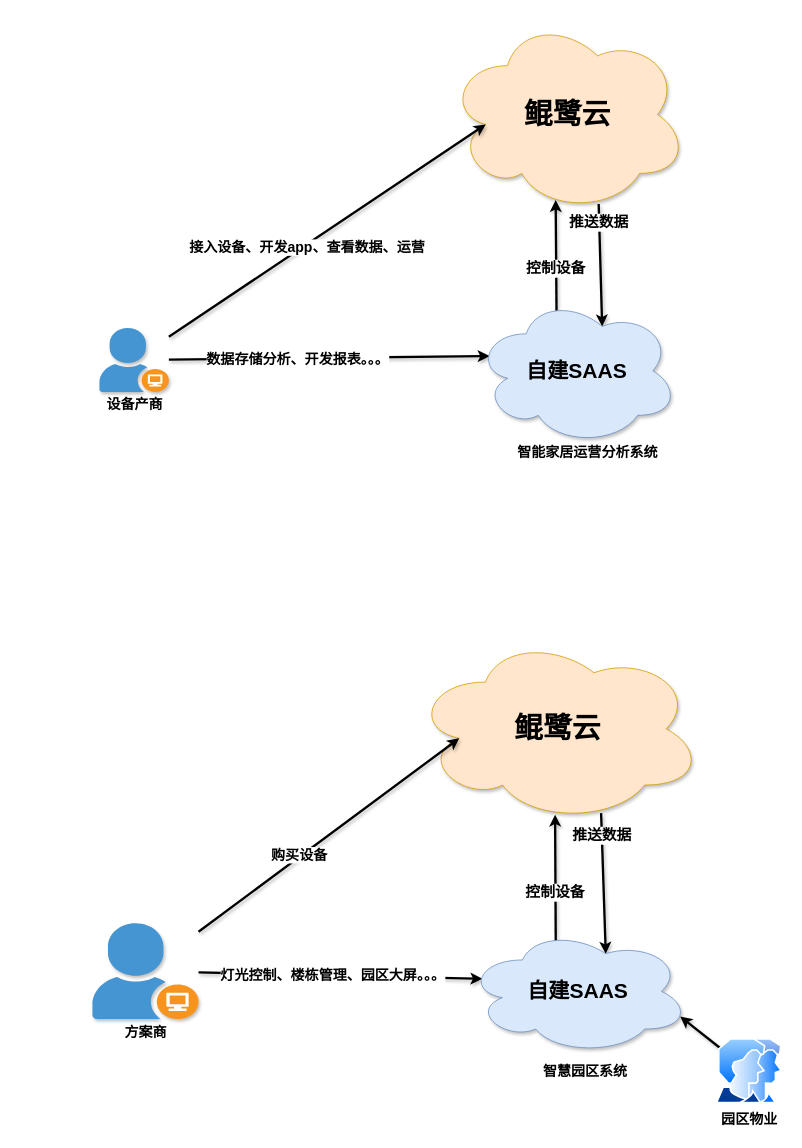
Above: cloud_change.drawio in jimmy0/chart (draw.io), before the change. Source tidied: cells renumbered, new cells numbered last; positions are measured from the earlier drawing's top-left corner, leaving out a move shared by most shapes. Both pictures are drawn from the tidied source at 78%, with x=0, y=0 at pixel (92, 16).
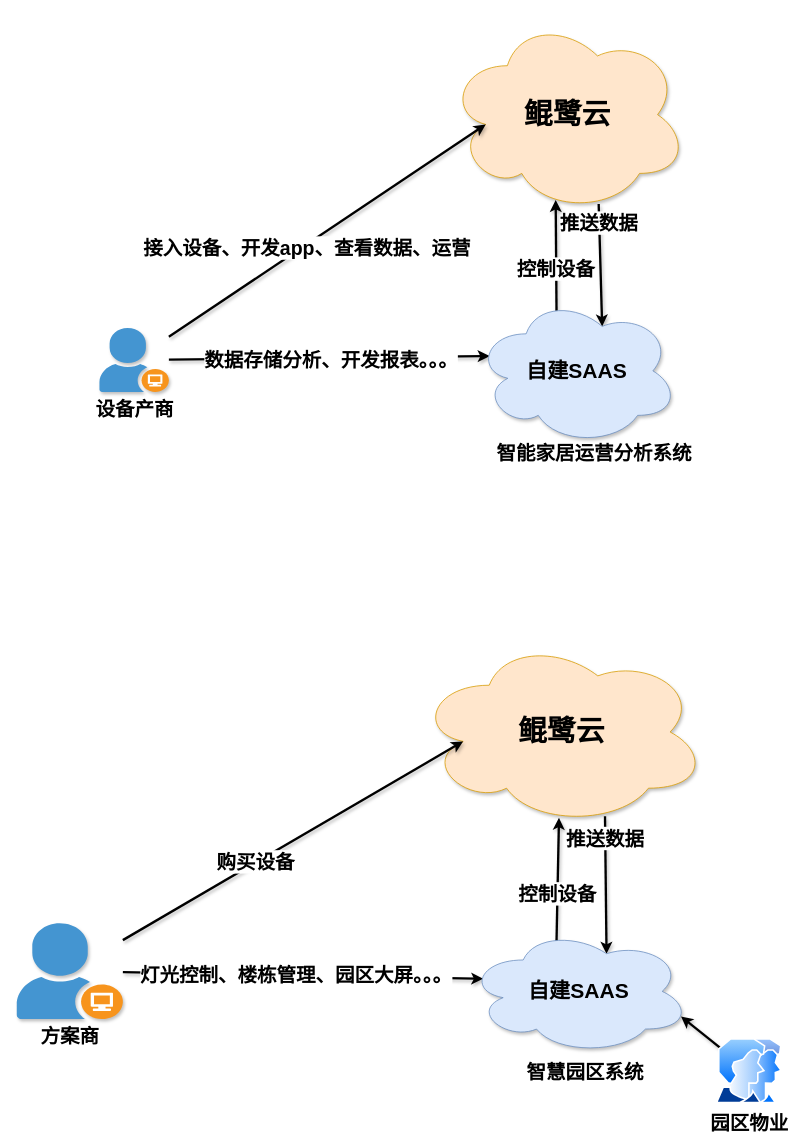
The same diagram, later.

The change refers to these unchanged cells:
```xml
<mxCell id="2" style="edgeStyle=none;rounded=0;sketch=0;jettySize=auto;html=1;entryX=0.625;entryY=0.2;entryDx=0;entryDy=0;entryPerimeter=0;shadow=1;fontSize=19;strokeWidth=3;exitX=0.63;exitY=0.956;exitDx=0;exitDy=0;exitPerimeter=0;" parent="1" edge="1" source="4" target="12">
  <mxGeometry relative="1" as="geometry" />
</mxCell>
<mxCell id="5" style="rounded=0;jettySize=auto;html=1;fontSize=17;strokeWidth=3;shadow=1;sketch=0;entryX=0.16;entryY=0.55;entryDx=0;entryDy=0;entryPerimeter=0;" parent="1" edge="1" source="9" target="4">
  <mxGeometry relative="1" as="geometry" />
</mxCell>
<mxCell id="7" style="edgeStyle=none;rounded=0;jettySize=auto;html=1;entryX=0.07;entryY=0.4;entryDx=0;entryDy=0;fontSize=17;entryPerimeter=0;strokeWidth=3;shadow=1;" parent="1" edge="1" source="9" target="12">
  <mxGeometry relative="1" as="geometry" />
</mxCell>
<mxCell id="10" style="edgeStyle=none;rounded=0;sketch=0;jettySize=auto;html=1;entryX=0.451;entryY=0.936;entryDx=0;entryDy=0;entryPerimeter=0;shadow=1;fontSize=19;strokeWidth=3;exitX=0.4;exitY=0.1;exitDx=0;exitDy=0;exitPerimeter=0;" parent="1" edge="1" source="12" target="4">
  <mxGeometry relative="1" as="geometry" />
</mxCell>
<mxCell id="13" style="edgeStyle=none;rounded=0;sketch=0;jettySize=auto;html=1;entryX=0.625;entryY=0.2;entryDx=0;entryDy=0;entryPerimeter=0;shadow=1;fontSize=19;strokeWidth=3;exitX=0.65;exitY=0.95;exitDx=0;exitDy=0;exitPerimeter=0;" parent="1" edge="1" source="15" target="23">
  <mxGeometry relative="1" as="geometry" />
</mxCell>
<mxCell id="16" style="rounded=0;jettySize=auto;html=1;fontSize=17;strokeWidth=3;shadow=1;sketch=0;entryX=0.16;entryY=0.55;entryDx=0;entryDy=0;entryPerimeter=0;" parent="1" edge="1" source="20" target="15">
  <mxGeometry relative="1" as="geometry" />
</mxCell>
<mxCell id="18" style="edgeStyle=none;rounded=0;jettySize=auto;html=1;entryX=0.07;entryY=0.4;entryDx=0;entryDy=0;fontSize=17;entryPerimeter=0;strokeWidth=3;shadow=1;" parent="1" edge="1" source="20" target="23">
  <mxGeometry relative="1" as="geometry" />
</mxCell>
<mxCell id="21" style="edgeStyle=none;rounded=0;sketch=0;jettySize=auto;html=1;shadow=1;fontSize=19;strokeWidth=3;entryX=0.491;entryY=0.958;entryDx=0;entryDy=0;entryPerimeter=0;exitX=0.4;exitY=0.1;exitDx=0;exitDy=0;exitPerimeter=0;" parent="1" edge="1" source="23" target="15">
  <mxGeometry relative="1" as="geometry" />
</mxCell>
```

Change to the diagram source:
```diff
@@
-    <mxCell id="3" value="推送数据" style="edgeLabel;html=1;align=center;verticalAlign=middle;fontSize=19;fontStyle=1;" parent="2" vertex="1">
+    <mxCell id="3" value="推送数据" style="edgeLabel;html=1;align=center;verticalAlign=middle;fontSize=25;fontStyle=1;" parent="2" vertex="1">
       <mxGeometry x="-0.69" y="-1" relative="1" as="geometry" />
     </mxCell>
@@
-    <mxCell id="6" value="接入设备、开发app、查看数据、运营" style="edgeLabel;html=1;align=center;verticalAlign=middle;fontSize=18;fontStyle=1;" parent="5" vertex="1">
+    <mxCell id="6" value="接入设备、开发app、查看数据、运营" style="edgeLabel;html=1;align=center;verticalAlign=middle;fontSize=25;fontStyle=1;" parent="5" vertex="1">
       <mxGeometry x="-0.14" y="-3" relative="1" as="geometry" />
     </mxCell>
@@
-    <mxCell id="8" value="数据存储分析、开发报表。。。" style="edgeLabel;html=1;align=center;verticalAlign=middle;fontSize=18;fontStyle=1;" parent="7" vertex="1">
-      <mxGeometry x="-0.2" y="-2" relative="1" as="geometry" />
+    <mxCell id="8" value="数据存储分析、开发报表。。。" style="edgeLabel;html=1;align=center;verticalAlign=middle;fontSize=25;fontStyle=1;" parent="7" vertex="1">
+      <mxGeometry x="-0.2" y="-2" relative="1" as="geometry">
+        <mxPoint x="43" as="offset" />
+      </mxGeometry>
     </mxCell>
-    <mxCell id="9" value="设备产商" style="shadow=1;dashed=0;html=1;strokeColor=none;fillColor=#4495D1;labelPosition=center;verticalLabelPosition=bottom;verticalAlign=top;align=center;outlineConnect=0;shape=mxgraph.veeam.company_user;fontSize=18;fontStyle=1;" parent="1" vertex="1">
+    <mxCell id="9" value="设备产商" style="shadow=1;dashed=0;html=1;strokeColor=none;fillColor=#4495D1;labelPosition=center;verticalLabelPosition=bottom;verticalAlign=top;align=center;outlineConnect=0;shape=mxgraph.veeam.company_user;fontSize=25;fontStyle=1;" parent="1" vertex="1">
       <mxGeometry x="9" y="399" width="89" height="82" as="geometry" />
     </mxCell>
@@
-    <mxCell id="11" value="控制设备" style="edgeLabel;html=1;align=center;verticalAlign=middle;fontSize=19;fontStyle=1;" parent="10" vertex="1">
+    <mxCell id="11" value="控制设备" style="edgeLabel;html=1;align=center;verticalAlign=middle;fontSize=25;fontStyle=1;" parent="10" vertex="1">
       <mxGeometry x="-0.22" y="1" relative="1" as="geometry" />
     </mxCell>
@@
-    <mxCell id="14" value="推送数据" style="edgeLabel;html=1;align=center;verticalAlign=middle;fontSize=19;fontStyle=1;" parent="13" vertex="1">
+    <mxCell id="14" value="推送数据" style="edgeLabel;html=1;align=center;verticalAlign=middle;fontSize=25;fontStyle=1;" parent="13" vertex="1">
       <mxGeometry x="-0.69" y="-1" relative="1" as="geometry" />
     </mxCell>
     <mxCell id="15" value="鲲鹭云" style="ellipse;shape=cloud;whiteSpace=wrap;html=1;rounded=1;glass=0;sketch=0;fontSize=37;fillColor=#ffe6cc;strokeColor=#d79b00;shadow=1;fontStyle=1;" parent="1" vertex="1">
-      <mxGeometry x="411" y="793" width="371" height="240" as="geometry" />
+      <mxGeometry x="416" y="797" width="371" height="240" as="geometry" />
     </mxCell>
@@
-    <mxCell id="17" value="购买设备" style="edgeLabel;html=1;align=center;verticalAlign=middle;fontSize=18;fontStyle=1;" parent="16" vertex="1">
+    <mxCell id="17" value="购买设备" style="edgeLabel;html=1;align=center;verticalAlign=middle;fontSize=25;fontStyle=1;" parent="16" vertex="1">
       <mxGeometry x="-0.22" y="2" relative="1" as="geometry" />
     </mxCell>
@@
-    <mxCell id="19" value="灯光控制、楼栋管理、园区大屏。。。" style="edgeLabel;html=1;align=center;verticalAlign=middle;fontSize=18;fontStyle=1;" parent="18" vertex="1">
+    <mxCell id="19" value="灯光控制、楼栋管理、园区大屏。。。" style="edgeLabel;html=1;align=center;verticalAlign=middle;fontSize=25;fontStyle=1;" parent="18" vertex="1">
       <mxGeometry x="-0.31" y="-2" relative="1" as="geometry">
-        <mxPoint x="46" as="offset" />
+        <mxPoint x="63" y="-2" as="offset" />
       </mxGeometry>
     </mxCell>
-    <mxCell id="20" value="方案商" style="shadow=1;dashed=0;html=1;strokeColor=none;fillColor=#4495D1;labelPosition=center;verticalLabelPosition=bottom;verticalAlign=top;align=center;outlineConnect=0;shape=mxgraph.veeam.company_user;fontSize=18;fontStyle=1;" parent="1" vertex="1">
-      <mxGeometry y="1162" width="136" height="123" as="geometry" />
+    <mxCell id="20" value="方案商" style="shadow=1;dashed=0;html=1;strokeColor=none;fillColor=#4495D1;labelPosition=center;verticalLabelPosition=bottom;verticalAlign=top;align=center;outlineConnect=0;shape=mxgraph.veeam.company_user;fontSize=25;fontStyle=1;" parent="1" vertex="1">
+      <mxGeometry x="-97" y="1162" width="136" height="123" as="geometry" />
     </mxCell>
@@
-    <mxCell id="22" value="控制设备" style="edgeLabel;html=1;align=center;verticalAlign=middle;fontSize=19;fontStyle=1;" parent="21" vertex="1">
+    <mxCell id="22" value="控制设备" style="edgeLabel;html=1;align=center;verticalAlign=middle;fontSize=25;fontStyle=1;" parent="21" vertex="1">
       <mxGeometry x="-0.22" y="1" relative="1" as="geometry" />
     </mxCell>
     <mxCell id="23" value="自建SAAS" style="ellipse;shape=cloud;whiteSpace=wrap;html=1;rounded=1;glass=0;sketch=0;fontSize=27;fillColor=#dae8fc;strokeColor=#6c8ebf;shadow=1;fontStyle=1;" parent="1" vertex="1">
-      <mxGeometry x="480" y="1169" width="285" height="161" as="geometry" />
+      <mxGeometry x="481" y="1169" width="285" height="161" as="geometry" />
     </mxCell>
-    <mxCell id="24" value="智能家居运营分析系统" style="text;html=1;strokeColor=none;fillColor=none;align=center;verticalAlign=middle;whiteSpace=wrap;rounded=0;fontStyle=1;fontSize=18;" parent="1" vertex="1">
-      <mxGeometry x="536" y="549" width="198" height="20" as="geometry" />
+    <mxCell id="24" value="智能家居运营分析系统" style="text;html=1;strokeColor=none;fillColor=none;align=center;verticalAlign=middle;whiteSpace=wrap;rounded=0;fontStyle=1;fontSize=25;" parent="1" vertex="1">
+      <mxGeometry x="512" y="549" width="263" height="20" as="geometry" />
     </mxCell>
-    <mxCell id="25" value="智慧园区系统" style="text;html=1;strokeColor=none;fillColor=none;align=center;verticalAlign=middle;whiteSpace=wrap;rounded=0;fontStyle=1;fontSize=18;" parent="1" vertex="1">
+    <mxCell id="25" value="智慧园区系统" style="text;html=1;strokeColor=none;fillColor=none;align=center;verticalAlign=middle;whiteSpace=wrap;rounded=0;fontStyle=1;fontSize=25;" parent="1" vertex="1">
       <mxGeometry x="533" y="1341.8" width="198" height="20" as="geometry" />
     </mxCell>
@@
-    <mxCell id="27" value="园区物业" style="perimeter=ellipsePerimeter;html=1;align=center;shadow=0;dashed=0;spacingTop=3;image;image=img/lib/active_directory/user_accounts.svg;fontSize=18;fontStyle=1;" parent="1" vertex="1">
+    <mxCell id="27" value="园区物业" style="perimeter=ellipsePerimeter;html=1;align=center;shadow=0;dashed=0;spacingTop=3;image;image=img/lib/active_directory/user_accounts.svg;fontSize=25;fontStyle=1;" parent="1" vertex="1">
       <mxGeometry x="799" y="1310" width="86.1" height="83.5" as="geometry" />
     </mxCell>
```
